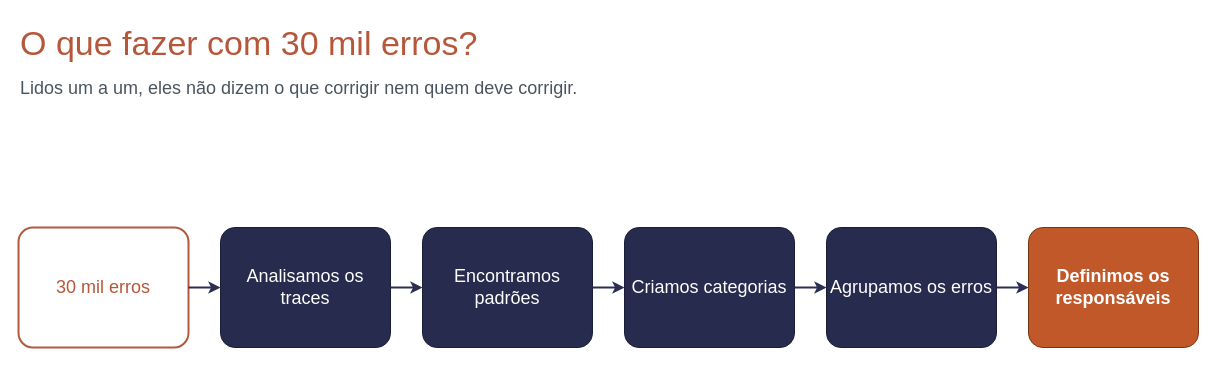
Earlier version of the draw.io diagram docs/sources/oque_fazer.drawio (rc-ventura/memory_layer_ai_agents). Source tidied: cells renumbered, new cells numbered last; positions are measured from the earlier drawing's top-left corner, leaving out a move shared by most shapes. Both pictures are drawn from the tidied source at 100%, with x=0, y=0 at pixel (18, 17).
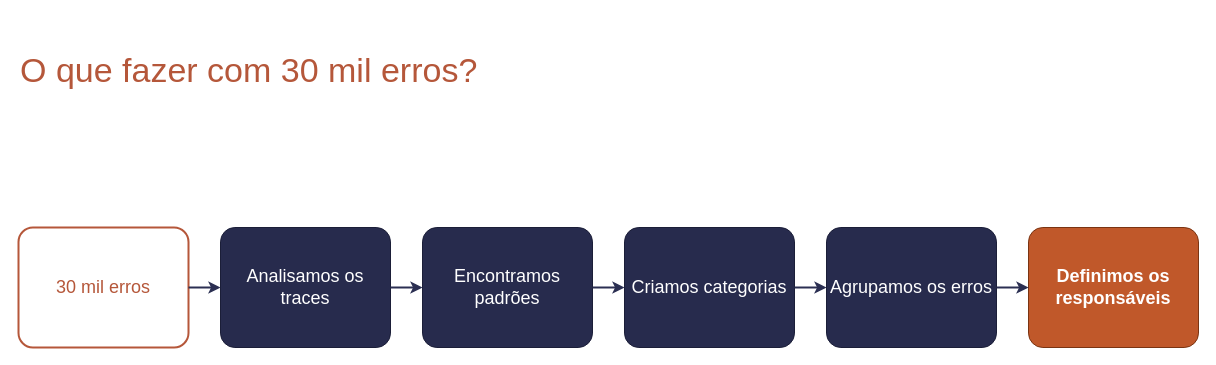
The same diagram, later.

Diff of the diagram source:
```diff
@@
 <mxGraphModel>
   <root>
     <mxCell id="0" />
     <mxCell id="1" parent="0" />
     <mxCell id="2" value="O que fazer com 30 mil erros?" style="text;html=1;verticalAlign=middle;align=left;fontSize=34;fontColor=#B5573A;" parent="1" vertex="1">
-      <mxGeometry width="1100" height="52" as="geometry" />
+      <mxGeometry y="27" width="1100" height="52" as="geometry" />
     </mxCell>
-    <mxCell id="3" value="Lidos um a um, eles não dizem o que corrigir nem quem deve corrigir." style="text;html=1;verticalAlign=middle;align=left;fontSize=18;fontColor=#4A5560;" parent="1" vertex="1">
-      <mxGeometry y="56" width="1100" height="30" as="geometry" />
-    </mxCell>
     <mxCell id="4" value="30 mil erros" style="rounded=1;arcSize=12;whiteSpace=wrap;html=1;fillColor=#FFFFFF;strokeColor=#B5573A;strokeWidth=2;fontColor=#B5573A;fontSize=18;" parent="1" vertex="1">
       <mxGeometry y="210" width="170" height="120" as="geometry" />
     </mxCell>
     <mxCell id="5" value="Analisamos os traces" style="rounded=1;arcSize=12;whiteSpace=wrap;html=1;fillColor=#272B4D;strokeColor=#1B1E38;fontColor=#FFFFFF;fontSize=18;" parent="1" vertex="1">
       <mxGeometry x="202" y="210" width="170" height="120" as="geometry" />
     </mxCell>
     <mxCell id="6" style="edgeStyle=orthogonalEdgeStyle;rounded=1;html=1;strokeColor=#2B2F52;strokeWidth=2;exitX=1;exitY=0.5;exitDx=0;exitDy=0;entryX=0;entryY=0.5;entryDx=0;entryDy=0;" parent="1" edge="1" source="4" target="5">
       <mxGeometry relative="1" as="geometry" />
     </mxCell>
     <mxCell id="7" value="Encontramos padrões" style="rounded=1;arcSize=12;whiteSpace=wrap;html=1;fillColor=#272B4D;strokeColor=#1B1E38;fontColor=#FFFFFF;fontSize=18;" parent="1" vertex="1">
       <mxGeometry x="404" y="210" width="170" height="120" as="geometry" />
     </mxCell>
     <mxCell id="8" style="edgeStyle=orthogonalEdgeStyle;rounded=1;html=1;strokeColor=#2B2F52;strokeWidth=2;exitX=1;exitY=0.5;exitDx=0;exitDy=0;entryX=0;entryY=0.5;entryDx=0;entryDy=0;" parent="1" edge="1" source="5" target="7">
       <mxGeometry relative="1" as="geometry" />
     </mxCell>
     <mxCell id="9" value="Criamos categorias" style="rounded=1;arcSize=12;whiteSpace=wrap;html=1;fillColor=#272B4D;strokeColor=#1B1E38;fontColor=#FFFFFF;fontSize=18;" parent="1" vertex="1">
       <mxGeometry x="606" y="210" width="170" height="120" as="geometry" />
     </mxCell>
     <mxCell id="10" style="edgeStyle=orthogonalEdgeStyle;rounded=1;html=1;strokeColor=#2B2F52;strokeWidth=2;exitX=1;exitY=0.5;exitDx=0;exitDy=0;entryX=0;entryY=0.5;entryDx=0;entryDy=0;" parent="1" edge="1" source="7" target="9">
       <mxGeometry relative="1" as="geometry" />
     </mxCell>
     <mxCell id="11" value="Agrupamos os erros" style="rounded=1;arcSize=12;whiteSpace=wrap;html=1;fillColor=#272B4D;strokeColor=#1B1E38;fontColor=#FFFFFF;fontSize=18;" parent="1" vertex="1">
       <mxGeometry x="808" y="210" width="170" height="120" as="geometry" />
     </mxCell>
     <mxCell id="12" style="edgeStyle=orthogonalEdgeStyle;rounded=1;html=1;strokeColor=#2B2F52;strokeWidth=2;exitX=1;exitY=0.5;exitDx=0;exitDy=0;entryX=0;entryY=0.5;entryDx=0;entryDy=0;" parent="1" edge="1" source="9" target="11">
       <mxGeometry relative="1" as="geometry" />
     </mxCell>
     <mxCell id="13" value="Definimos os responsáveis" style="rounded=1;arcSize=12;whiteSpace=wrap;html=1;fillColor=#C0582A;strokeColor=#7A3412;fontColor=#FFFFFF;fontSize=18;fontStyle=1;" parent="1" vertex="1">
       <mxGeometry x="1010" y="210" width="170" height="120" as="geometry" />
     </mxCell>
     <mxCell id="14" style="edgeStyle=orthogonalEdgeStyle;rounded=1;html=1;strokeColor=#2B2F52;strokeWidth=2;exitX=1;exitY=0.5;exitDx=0;exitDy=0;entryX=0;entryY=0.5;entryDx=0;entryDy=0;" parent="1" edge="1" source="11" target="13">
       <mxGeometry relative="1" as="geometry" />
     </mxCell>
   </root>
 </mxGraphModel>
```
